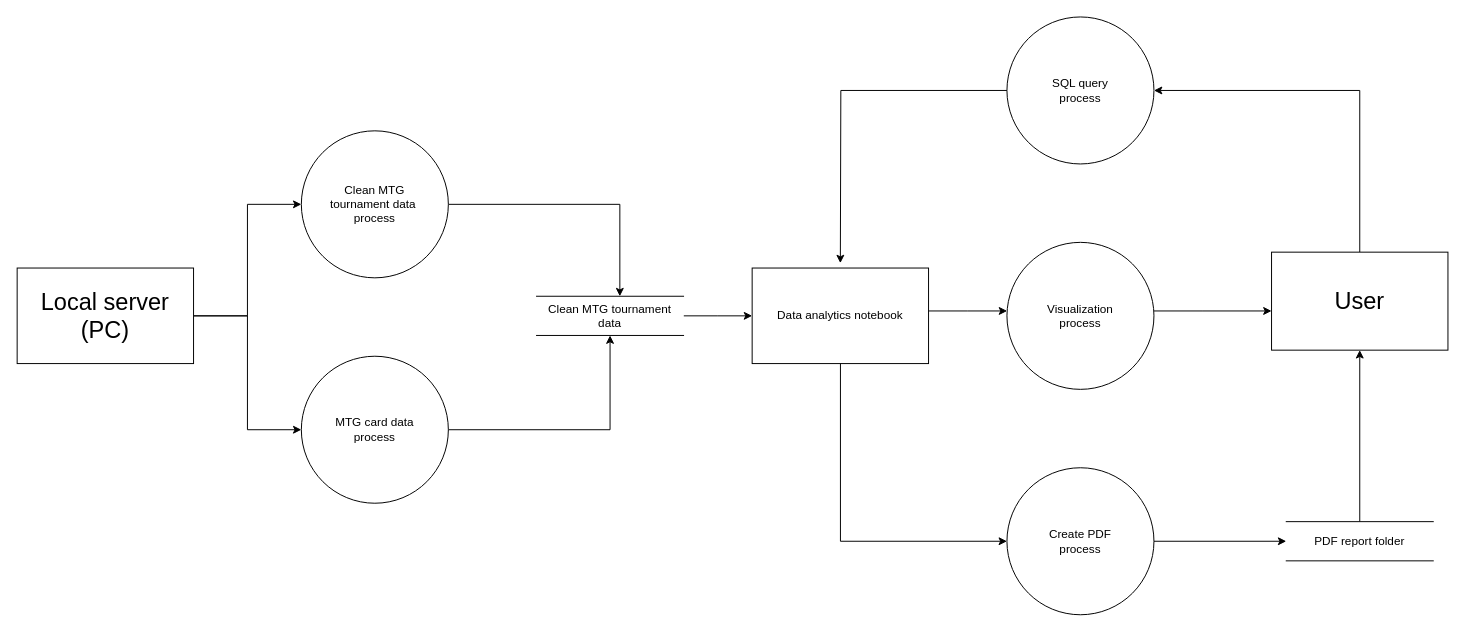
gmarti-web/gmarti-web.github.io keeps this draw.io diagram as page "DFD-Level1" (2 of 3) of assets/images/portfolio/mcp-scrapper.drawio. Above is the earlier version. Source tidied: cells renumbered, new cells numbered last; positions are measured from the earlier drawing's top-left corner, leaving out a move shared by most shapes. Both pictures are drawn from the tidied source at 98%, with x=0, y=0 at pixel (17, 17).
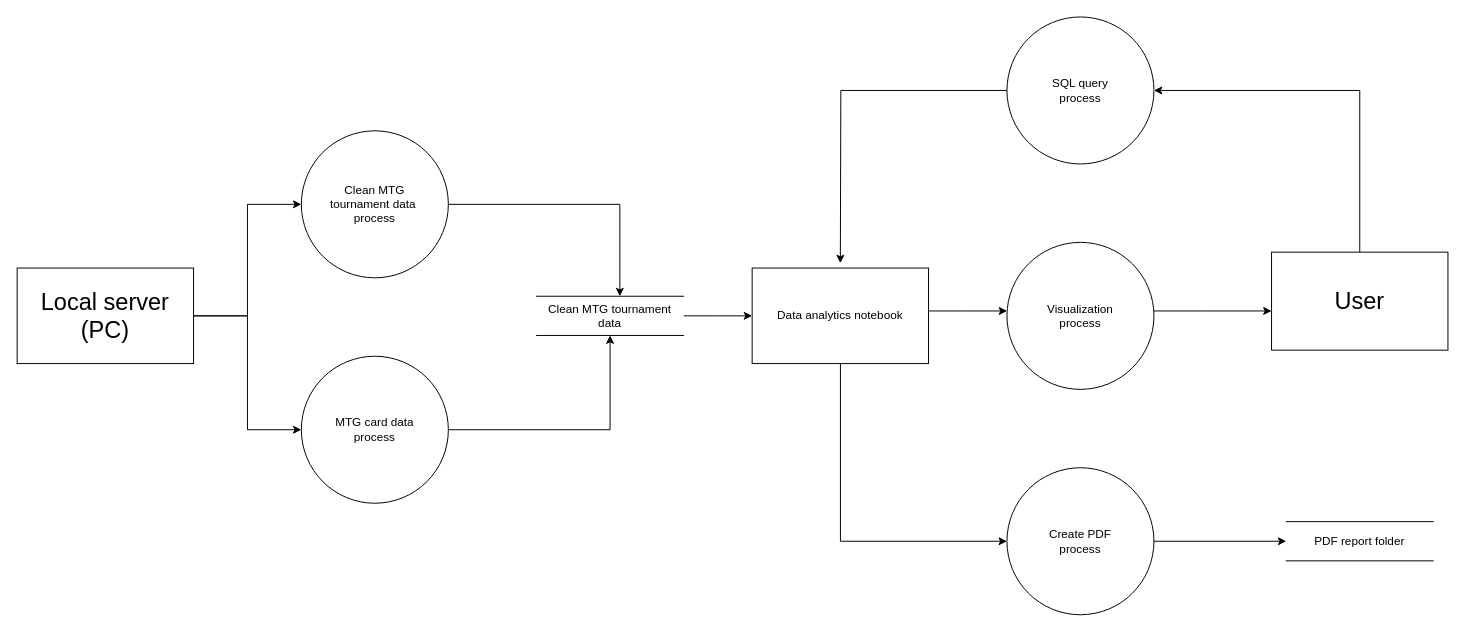
The same diagram, later.

The change refers to these unchanged cells:
```xml
<mxCell id="15" value="&lt;font style=&quot;font-size: 24px;&quot;&gt;User&lt;/font&gt;" style="html=1;dashed=0;whiteSpace=wrap;" parent="1" vertex="1">
  <mxGeometry x="1280" y="239.8" width="180" height="100" as="geometry" />
</mxCell>
<mxCell id="23" value="PDF report folder" style="html=1;dashed=0;whiteSpace=wrap;shape=partialRectangle;right=0;left=0;" parent="1" vertex="1">
  <mxGeometry x="1295" y="514.8" width="150" height="40" as="geometry" />
</mxCell>
```

What changed in the source:
```diff
@@
-    <mxCell id="22" style="edgeStyle=orthogonalEdgeStyle;rounded=0;jettySize=auto;html=1;" parent="1" edge="1" source="23" target="15">
-      <mxGeometry relative="1" as="geometry" />
-    </mxCell>
```
